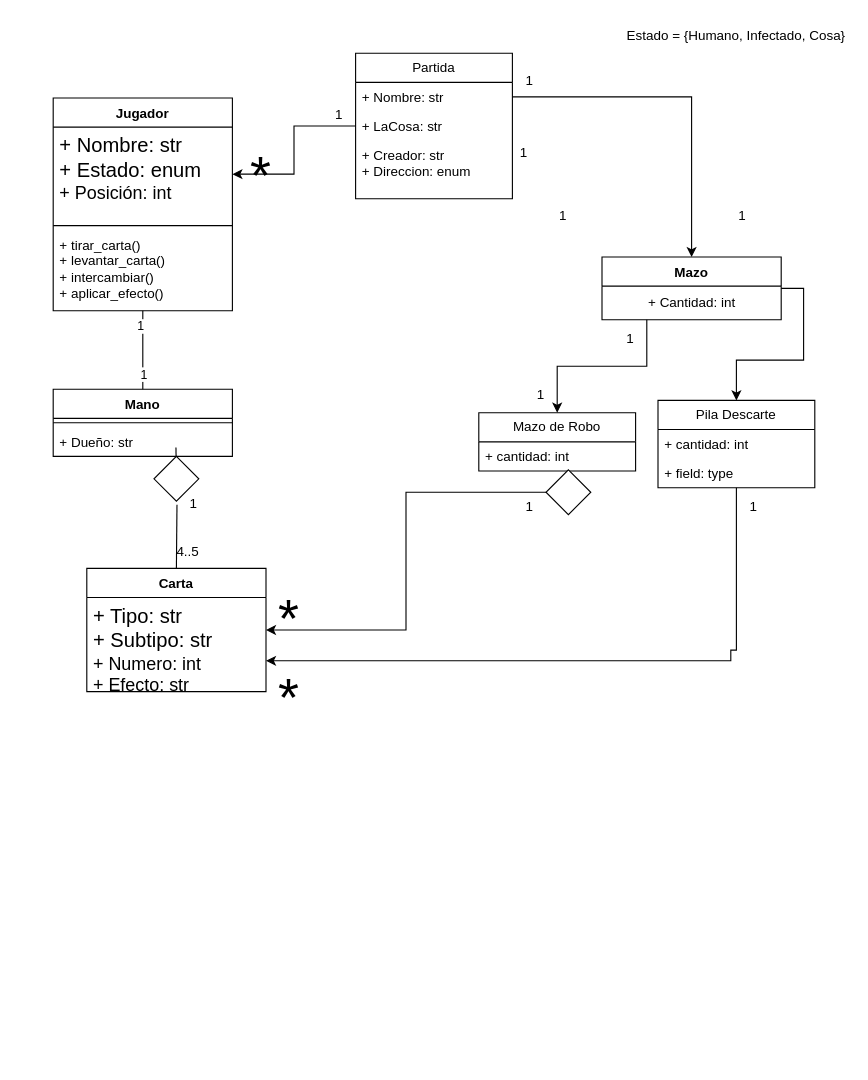
Before: take-home/diagrama_clases.drawio in irmrz/ingenieria-software-1, a draw.io diagram. Source tidied: cells renumbered, new cells numbered last; positions are measured from the earlier drawing's top-left corner, leaving out a move shared by most shapes. Both pictures are drawn from the tidied source at 112%, with x=0, y=0 at pixel (53, 19).
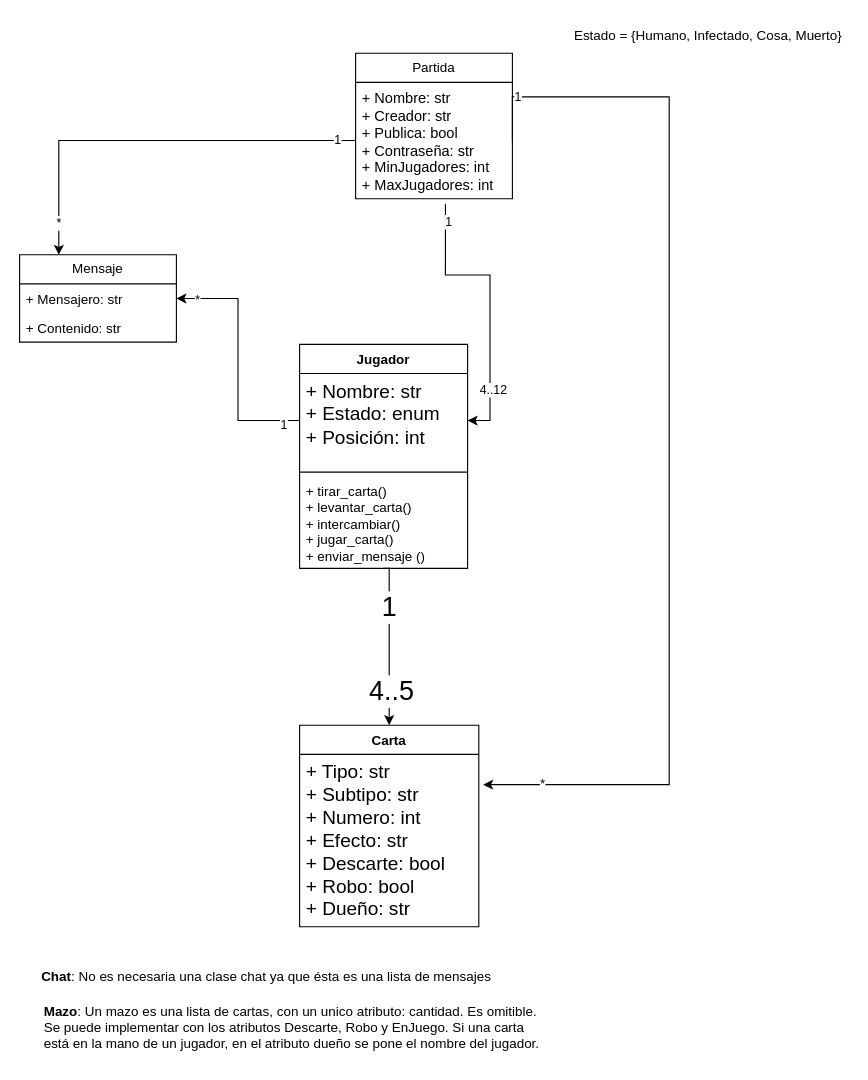
Above is the later version.

Unchanged cells that the change refers to:
```xml
<mxCell id="17" value="Partida" style="swimlane;fontStyle=0;horizontal=1;startSize=26;fillColor=none;whiteSpace=wrap;html=1;" parent="1" vertex="1">
  <mxGeometry x="270" y="30" width="140" height="130" as="geometry" />
</mxCell>
```

The edit, as a diff of the source:
```diff
@@
+    <mxCell id="50" style="edgeStyle=orthogonalEdgeStyle;rounded=0;jettySize=auto;html=1;exitX=0.5;exitY=1;exitDx=0;exitDy=0;entryX=0.5;entryY=0;entryDx=0;entryDy=0;" parent="1" edge="1" source="2" target="6">
+      <mxGeometry relative="1" as="geometry">
+        <Array as="points">
+          <mxPoint x="300" y="490" />
+        </Array>
+      </mxGeometry>
+    </mxCell>
+    <mxCell id="51" value="&lt;font style=&quot;font-size: 24px;&quot;&gt;1&lt;/font&gt;" style="edgeLabel;html=1;align=center;verticalAlign=middle;" parent="50" vertex="1">
+      <mxGeometry x="-0.79" y="-1" relative="1" as="geometry">
+        <mxPoint y="24" as="offset" />
+      </mxGeometry>
+    </mxCell>
+    <mxCell id="16" value="&lt;font style=&quot;font-size: 24px;&quot;&gt;4..5&lt;/font&gt;" style="edgeLabel;html=1;align=center;verticalAlign=middle;" parent="50" vertex="1">
+      <mxGeometry x="0.75" y="1" relative="1" as="geometry">
+        <mxPoint y="-13" as="offset" />
+      </mxGeometry>
+    </mxCell>
     <mxCell id="2" value="Jugador" style="swimlane;fontStyle=1;align=center;verticalAlign=top;horizontal=1;startSize=26;whiteSpace=wrap;html=1;" parent="1" vertex="1">
-      <mxGeometry y="70" width="160" height="190" as="geometry" />
+      <mxGeometry x="220" y="290" width="150" height="200" as="geometry" />
     </mxCell>
-    <mxCell id="3" value="&lt;div&gt;&lt;font style=&quot;font-size: 18px;&quot;&gt;+ Nombre: str&lt;br&gt;&lt;/font&gt;&lt;/div&gt;&lt;div&gt;&lt;font style=&quot;font-size: 18px;&quot;&gt;+ Estado: enum&lt;br&gt;&lt;/font&gt;&lt;/div&gt;&lt;div&gt;&lt;font size=&quot;3&quot;&gt;+ Posición: int&lt;br&gt;&lt;/font&gt;&lt;/div&gt;" style="text;strokeColor=none;fillColor=none;align=left;verticalAlign=top;spacingLeft=4;spacingRight=4;overflow=hidden;points=[[0,0.5],[1,0.5]];portConstraint=eastwest;whiteSpace=wrap;html=1;" parent="2" vertex="1">
-      <mxGeometry y="26" width="160" height="84" as="geometry" />
+    <mxCell id="3" value="&lt;div style=&quot;font-size: 17px;&quot;&gt;&lt;font style=&quot;font-size: 17px;&quot;&gt;+ Nombre: str&lt;br&gt;&lt;/font&gt;&lt;/div&gt;&lt;div style=&quot;font-size: 17px;&quot;&gt;&lt;font style=&quot;font-size: 17px;&quot;&gt;+ Estado: enum&lt;br&gt;&lt;/font&gt;&lt;/div&gt;&lt;div style=&quot;font-size: 17px;&quot;&gt;&lt;font style=&quot;font-size: 17px;&quot;&gt;+ Posición: int&lt;br&gt;&lt;/font&gt;&lt;/div&gt;" style="text;strokeColor=none;fillColor=none;align=left;verticalAlign=top;spacingLeft=4;spacingRight=4;overflow=hidden;points=[[0,0.5],[1,0.5]];portConstraint=eastwest;whiteSpace=wrap;html=1;" parent="2" vertex="1">
+      <mxGeometry y="26" width="150" height="84" as="geometry" />
     </mxCell>
     <mxCell id="4" style="line;strokeWidth=1;fillColor=none;align=left;verticalAlign=middle;spacingTop=-1;spacingLeft=3;spacingRight=3;labelPosition=right;strokeColor=inherit;" parent="2" vertex="1">
-      <mxGeometry y="110" width="160" height="8" as="geometry" />
+      <mxGeometry y="110" width="150" height="8" as="geometry" />
     </mxCell>
-    <mxCell id="5" value="&lt;div&gt;+ tirar_carta()&lt;/div&gt;&lt;div&gt;+ levantar_carta()&lt;br&gt;&lt;/div&gt;&lt;div&gt;+ intercambiar()&lt;br&gt;&lt;/div&gt;&lt;div&gt;+ aplicar_efecto()&lt;br&gt;&lt;/div&gt;" style="text;strokeColor=none;fillColor=none;align=left;verticalAlign=top;spacingLeft=4;spacingRight=4;overflow=hidden;whiteSpace=wrap;html=1;" parent="2" vertex="1">
-      <mxGeometry y="118" width="160" height="72" as="geometry" />
+    <mxCell id="5" value="&lt;div&gt;+ tirar_carta()&lt;/div&gt;&lt;div&gt;+ levantar_carta()&lt;br&gt;&lt;/div&gt;&lt;div&gt;+ intercambiar()&lt;br&gt;&lt;/div&gt;&lt;div&gt;+ jugar_carta()&lt;/div&gt;&lt;div&gt;+ enviar_mensaje ()&lt;br&gt;&lt;/div&gt;" style="text;strokeColor=none;fillColor=none;align=left;verticalAlign=top;spacingLeft=4;spacingRight=4;overflow=hidden;whiteSpace=wrap;html=1;" parent="2" vertex="1">
+      <mxGeometry y="118" width="150" height="82" as="geometry" />
     </mxCell>
     <mxCell id="6" value="Carta" style="swimlane;fontStyle=1;align=center;verticalAlign=top;horizontal=1;startSize=26;whiteSpace=wrap;html=1;" parent="1" vertex="1">
-      <mxGeometry x="30" y="490" width="160" height="110" as="geometry" />
+      <mxGeometry x="220" y="630" width="160" height="180" as="geometry" />
     </mxCell>
-    <mxCell id="7" value="&lt;div&gt;&lt;font style=&quot;font-size: 18px;&quot;&gt;+ Tipo: str&lt;/font&gt;&lt;/div&gt;&lt;div&gt;&lt;font style=&quot;font-size: 18px;&quot;&gt;+ Subtipo: str&lt;br&gt;&lt;/font&gt;&lt;/div&gt;&lt;div&gt;&lt;font size=&quot;3&quot;&gt;+ Numero: int&lt;br&gt;&lt;/font&gt;&lt;/div&gt;&lt;div&gt;&lt;font size=&quot;3&quot;&gt;+ Efecto: str&lt;br&gt;&lt;/font&gt;&lt;/div&gt;" style="text;strokeColor=none;fillColor=none;align=left;verticalAlign=top;spacingLeft=4;spacingRight=4;overflow=hidden;points=[[0,0.5],[1,0.5]];portConstraint=eastwest;whiteSpace=wrap;html=1;" parent="6" vertex="1">
-      <mxGeometry y="26" width="160" height="84" as="geometry" />
+    <mxCell id="7" value="&lt;div style=&quot;font-size: 17px;&quot;&gt;&lt;font style=&quot;font-size: 17px;&quot;&gt;+ Tipo: str&lt;/font&gt;&lt;/div&gt;&lt;div style=&quot;font-size: 17px;&quot;&gt;&lt;font style=&quot;font-size: 17px;&quot;&gt;+ Subtipo: str&lt;br&gt;&lt;/font&gt;&lt;/div&gt;&lt;div style=&quot;font-size: 17px;&quot;&gt;&lt;font style=&quot;font-size: 17px;&quot;&gt;+ Numero: int&lt;br&gt;&lt;/font&gt;&lt;/div&gt;&lt;div style=&quot;font-size: 17px;&quot;&gt;&lt;font style=&quot;font-size: 17px;&quot;&gt;+ Efecto: str&lt;br&gt;&lt;/font&gt;&lt;/div&gt;&lt;div style=&quot;font-size: 17px;&quot;&gt;&lt;font style=&quot;font-size: 17px;&quot;&gt;+ Descarte: bool&lt;/font&gt;&lt;/div&gt;&lt;div style=&quot;font-size: 17px;&quot;&gt;&lt;font style=&quot;font-size: 17px;&quot;&gt;+ Robo: bool&lt;br&gt;&lt;/font&gt;&lt;/div&gt;&lt;div style=&quot;font-size: 17px;&quot;&gt;&lt;font style=&quot;font-size: 17px;&quot;&gt;+ Dueño: str&lt;br&gt;&lt;/font&gt;&lt;/div&gt;" style="text;strokeColor=none;fillColor=none;align=left;verticalAlign=top;spacingLeft=4;spacingRight=4;overflow=hidden;points=[[0,0.5],[1,0.5]];portConstraint=eastwest;whiteSpace=wrap;html=1;" parent="6" vertex="1">
+      <mxGeometry y="26" width="160" height="154" as="geometry" />
     </mxCell>
-    <mxCell id="8" value="Mano" style="swimlane;fontStyle=1;align=center;verticalAlign=top;horizontal=1;startSize=26;whiteSpace=wrap;html=1;" parent="1" vertex="1">
-      <mxGeometry y="330" width="160" height="60" as="geometry" />
-    </mxCell>
-    <mxCell id="9" style="line;strokeWidth=1;fillColor=none;align=left;verticalAlign=middle;spacingTop=-1;spacingLeft=3;spacingRight=3;labelPosition=right;strokeColor=inherit;" parent="8" vertex="1">
-      <mxGeometry y="26" width="160" height="8" as="geometry" />
-    </mxCell>
-    <mxCell id="10" value="+ Dueño: str" style="text;strokeColor=none;fillColor=none;align=left;verticalAlign=top;spacingLeft=4;spacingRight=4;overflow=hidden;whiteSpace=wrap;html=1;" parent="8" vertex="1">
-      <mxGeometry y="34" width="160" height="26" as="geometry" />
-    </mxCell>
-    <mxCell id="11" style="endArrow=none;html=1;rounded=0;entryX=0.5;entryY=1;entryDx=0;entryDy=0;" parent="1" edge="1" source="8" target="2">
-      <mxGeometry relative="1" as="geometry" />
-    </mxCell>
-    <mxCell id="12" value="1" style="edgeLabel;html=1;align=center;verticalAlign=middle;" parent="11" vertex="1">
-      <mxGeometry x="0.63" y="3" relative="1" as="geometry" />
-    </mxCell>
-    <mxCell id="13" value="1" style="edgeLabel;html=1;align=center;verticalAlign=middle;" parent="11" vertex="1">
-      <mxGeometry x="-0.6" relative="1" as="geometry" />
-    </mxCell>
-    <mxCell id="14" style="endArrow=none;html=1;rounded=0;entryX=0.513;entryY=1.077;entryDx=0;entryDy=0;entryPerimeter=0;" parent="1" edge="1" source="49">
-      <mxGeometry relative="1" as="geometry">
-        <mxPoint x="109.6" y="382" as="targetPoint" />
-      </mxGeometry>
-    </mxCell>
-    <mxCell id="15" value="1" style="text;html=1;align=center;verticalAlign=middle;strokeColor=none;fillColor=none;" parent="1" vertex="1">
-      <mxGeometry x="110" y="418" width="30" height="30" as="geometry" />
-    </mxCell>
-    <mxCell id="16" value="4..5" style="text;html=1;align=center;verticalAlign=middle;strokeColor=none;fillColor=none;" parent="1" vertex="1">
-      <mxGeometry x="100" y="460" width="40" height="30" as="geometry" />
-    </mxCell>
@@
-    <mxCell id="18" value="&lt;div&gt;+ Nombre: str&lt;/div&gt;" style="text;strokeColor=none;fillColor=none;align=left;verticalAlign=top;spacingLeft=4;spacingRight=4;overflow=hidden;points=[[0,0.5],[1,0.5]];portConstraint=eastwest;whiteSpace=wrap;html=1;" parent="17" vertex="1">
-      <mxGeometry y="26" width="140" height="26" as="geometry" />
+    <mxCell id="18" value="&lt;div style=&quot;font-size: 13px;&quot;&gt;&lt;font style=&quot;font-size: 13px;&quot;&gt;+ Nombre: str&lt;/font&gt;&lt;/div&gt;&lt;div style=&quot;font-size: 13px;&quot;&gt;&lt;div style=&quot;font-size: 13px;&quot;&gt;&lt;font style=&quot;font-size: 13px;&quot;&gt;+ Creador: str&lt;/font&gt;&lt;/div&gt;&lt;div style=&quot;font-size: 13px;&quot;&gt;&lt;font style=&quot;font-size: 13px;&quot;&gt;+ Publica: bool&lt;/font&gt;&lt;/div&gt;&lt;div style=&quot;font-size: 13px;&quot;&gt;&lt;font style=&quot;font-size: 13px;&quot;&gt;+ Contraseña: str&lt;br&gt;&lt;/font&gt;&lt;/div&gt;&lt;div style=&quot;font-size: 13px;&quot;&gt;&lt;font style=&quot;font-size: 13px;&quot;&gt;+ MinJugadores: int&lt;/font&gt;&lt;/div&gt;&lt;div style=&quot;font-size: 13px;&quot;&gt;&lt;font style=&quot;font-size: 13px;&quot;&gt;+ MaxJugadores: int&lt;br&gt;&lt;/font&gt;&lt;/div&gt;&lt;/div&gt;" style="text;strokeColor=none;fillColor=none;align=left;verticalAlign=top;spacingLeft=4;spacingRight=4;overflow=hidden;points=[[0,0.5],[1,0.5]];portConstraint=eastwest;whiteSpace=wrap;html=1;" parent="17" vertex="1">
+      <mxGeometry y="26" width="140" height="104" as="geometry" />
     </mxCell>
-    <mxCell id="19" value="&lt;div&gt;+ LaCosa: str&lt;/div&gt;&lt;div&gt;&lt;br&gt;&lt;/div&gt;" style="text;strokeColor=none;fillColor=none;align=left;verticalAlign=top;spacingLeft=4;spacingRight=4;overflow=hidden;points=[[0,0.5],[1,0.5]];portConstraint=eastwest;whiteSpace=wrap;html=1;" parent="17" vertex="1">
-      <mxGeometry y="52" width="140" height="26" as="geometry" />
-    </mxCell>
-    <mxCell id="20" value="&lt;div&gt;+ Creador: str&lt;/div&gt;&lt;div&gt;+ Direccion: enum&lt;br&gt;&lt;/div&gt;" style="text;strokeColor=none;fillColor=none;align=left;verticalAlign=top;spacingLeft=4;spacingRight=4;overflow=hidden;whiteSpace=wrap;html=1;" parent="17" vertex="1">
-      <mxGeometry y="78" width="140" height="52" as="geometry" />
-    </mxCell>
-    <mxCell id="21" style="edgeStyle=orthogonalEdgeStyle;rounded=0;jettySize=auto;html=1;exitX=0;exitY=0.5;exitDx=0;exitDy=0;entryX=1;entryY=0.5;entryDx=0;entryDy=0;" parent="1" edge="1" source="19" target="3">
-      <mxGeometry relative="1" as="geometry" />
+    <mxCell id="21" style="edgeStyle=orthogonalEdgeStyle;rounded=0;jettySize=auto;html=1;exitX=0.573;exitY=1.043;exitDx=0;exitDy=0;entryX=1;entryY=0.5;entryDx=0;entryDy=0;exitPerimeter=0;" parent="1" edge="1" source="18" target="3">
+      <mxGeometry relative="1" as="geometry">
+        <Array as="points">
+          <mxPoint x="350" y="228" />
+          <mxPoint x="390" y="228" />
+          <mxPoint x="390" y="358" />
+        </Array>
+      </mxGeometry>
     </mxCell>
-    <mxCell id="22" value="1" style="text;html=1;align=center;verticalAlign=middle;strokeColor=none;fillColor=none;" parent="1" vertex="1">
-      <mxGeometry x="240" y="70" width="30" height="30" as="geometry" />
-    </mxCell>
-    <mxCell id="23" value="Mazo de Robo" style="swimlane;fontStyle=0;horizontal=1;startSize=26;fillColor=none;whiteSpace=wrap;html=1;" parent="1" vertex="1">
-      <mxGeometry x="380" y="351" width="140" height="52" as="geometry" />
-    </mxCell>
-    <mxCell id="24" value="+ cantidad: int" style="text;strokeColor=none;fillColor=none;align=left;verticalAlign=top;spacingLeft=4;spacingRight=4;overflow=hidden;whiteSpace=wrap;html=1;" parent="23" vertex="1">
-      <mxGeometry y="26" width="140" height="26" as="geometry" />
-    </mxCell>
+    <mxCell id="52" value="4..12" style="edgeLabel;html=1;align=center;verticalAlign=middle;" parent="21" vertex="1">
+      <mxGeometry x="0.63" y="2" relative="1" as="geometry" />
+    </mxCell>
+    <mxCell id="53" value="1" style="edgeLabel;html=1;align=center;verticalAlign=middle;" parent="21" vertex="1">
+      <mxGeometry x="-0.87" y="2" relative="1" as="geometry" />
+    </mxCell>
-    <mxCell id="25" value="Estado = {Humano, Infectado, Cosa}" style="text;html=1;strokeColor=none;fillColor=none;align=center;verticalAlign=middle;whiteSpace=wrap;rounded=0;" parent="1" vertex="1">
-      <mxGeometry x="510" width="200" height="30" as="geometry" />
+    <mxCell id="25" value="Estado = {Humano, Infectado, Cosa, Muerto}" style="text;html=1;strokeColor=none;fillColor=none;align=center;verticalAlign=middle;whiteSpace=wrap;rounded=0;" parent="1" vertex="1">
+      <mxGeometry x="460" width="250" height="30" as="geometry" />
     </mxCell>
-    <mxCell id="26" value="1" style="text;html=1;align=center;verticalAlign=middle;strokeColor=none;fillColor=none;" parent="1" vertex="1">
-      <mxGeometry x="405" y="104" width="30" height="30" as="geometry" />
-    </mxCell>
-    <mxCell id="27" value="1" style="text;html=1;align=center;verticalAlign=middle;strokeColor=none;fillColor=none;" parent="1" vertex="1">
-      <mxGeometry x="440" y="160" width="30" height="30" as="geometry" />
-    </mxCell>
-    <mxCell id="28" style="edgeStyle=orthogonalEdgeStyle;rounded=0;jettySize=auto;html=1;entryX=1;entryY=0.5;entryDx=0;entryDy=0;" parent="1" edge="1" source="29" target="6">
-      <mxGeometry relative="1" as="geometry" />
-    </mxCell>
-    <mxCell id="29" style="rhombus;whiteSpace=wrap;html=1;" parent="1" vertex="1">
-      <mxGeometry x="440" y="402" width="40" height="40" as="geometry" />
-    </mxCell>
-    <mxCell id="30" value="1" style="text;html=1;align=center;verticalAlign=middle;strokeColor=none;fillColor=none;" parent="1" vertex="1">
-      <mxGeometry x="410" y="420" width="30" height="30" as="geometry" />
-    </mxCell>
-    <mxCell id="31" value="&lt;font style=&quot;font-size: 48px;&quot;&gt;*&lt;/font&gt;" style="text;html=1;align=center;verticalAlign=middle;strokeColor=none;fillColor=none;" parent="1" vertex="1">
-      <mxGeometry x="190" y="500" width="40" height="70" as="geometry" />
-    </mxCell>
-    <mxCell id="32" value="&lt;font style=&quot;font-size: 48px;&quot;&gt;*&lt;/font&gt;" style="text;html=1;align=center;verticalAlign=middle;strokeColor=none;fillColor=none;" parent="1" vertex="1">
-      <mxGeometry x="165" y="104" width="40" height="70" as="geometry" />
-    </mxCell>
-    <mxCell id="33" style="edgeStyle=orthogonalEdgeStyle;rounded=0;jettySize=auto;html=1;entryX=1;entryY=0.75;entryDx=0;entryDy=0;exitX=0.5;exitY=1;exitDx=0;exitDy=0;" parent="1" edge="1" source="45" target="6">
-      <mxGeometry relative="1" as="geometry">
-        <Array as="points">
-          <mxPoint x="610" y="563" />
-          <mxPoint x="605" y="563" />
-        </Array>
-      </mxGeometry>
-    </mxCell>
-    <mxCell id="34" value="1" style="text;html=1;align=center;verticalAlign=middle;strokeColor=none;fillColor=none;" parent="1" vertex="1">
-      <mxGeometry x="410" y="40" width="30" height="30" as="geometry" />
-    </mxCell>
-    <mxCell id="35" value="&lt;font style=&quot;font-size: 48px;&quot;&gt;*&lt;/font&gt;" style="text;html=1;align=center;verticalAlign=middle;strokeColor=none;fillColor=none;" parent="1" vertex="1">
-      <mxGeometry x="190" y="570" width="40" height="70" as="geometry" />
-    </mxCell>
-    <mxCell id="36" value="1" style="text;html=1;align=center;verticalAlign=middle;strokeColor=none;fillColor=none;" parent="1" vertex="1">
-      <mxGeometry x="600" y="160" width="30" height="30" as="geometry" />
-    </mxCell>
-    <mxCell id="37" value="1" style="text;html=1;align=center;verticalAlign=middle;strokeColor=none;fillColor=none;" parent="1" vertex="1">
-      <mxGeometry x="610" y="420" width="30" height="30" as="geometry" />
-    </mxCell>
-    <mxCell id="38" style="edgeStyle=orthogonalEdgeStyle;rounded=0;jettySize=auto;html=1;exitX=1;exitY=0.5;exitDx=0;exitDy=0;entryX=0.5;entryY=0;entryDx=0;entryDy=0;" parent="1" edge="1" source="41" target="45">
-      <mxGeometry relative="1" as="geometry" />
-    </mxCell>
-    <mxCell id="39" style="edgeStyle=orthogonalEdgeStyle;rounded=0;jettySize=auto;html=1;exitX=1;exitY=0.5;exitDx=0;exitDy=0;entryX=0.5;entryY=0;entryDx=0;entryDy=0;" parent="1" edge="1" source="18" target="41">
-      <mxGeometry relative="1" as="geometry" />
-    </mxCell>
-    <mxCell id="40" style="edgeStyle=orthogonalEdgeStyle;rounded=0;jettySize=auto;html=1;exitX=0.25;exitY=1;exitDx=0;exitDy=0;entryX=0.5;entryY=0;entryDx=0;entryDy=0;" parent="1" edge="1" source="41" target="23">
-      <mxGeometry relative="1" as="geometry" />
-    </mxCell>
-    <mxCell id="41" value="Mazo" style="swimlane;fontStyle=1;align=center;verticalAlign=top;horizontal=1;startSize=26;whiteSpace=wrap;html=1;" parent="1" vertex="1">
-      <mxGeometry x="490" y="212" width="160" height="56" as="geometry" />
-    </mxCell>
-    <mxCell id="42" value="+ Cantidad: int" style="text;html=1;align=center;verticalAlign=middle;strokeColor=none;fillColor=none;" parent="41" vertex="1">
-      <mxGeometry y="26" width="160" height="30" as="geometry" />
-    </mxCell>
-    <mxCell id="43" value="1" style="text;html=1;align=center;verticalAlign=middle;strokeColor=none;fillColor=none;" parent="1" vertex="1">
-      <mxGeometry x="500" y="270" width="30" height="30" as="geometry" />
-    </mxCell>
-    <mxCell id="44" value="1" style="text;html=1;align=center;verticalAlign=middle;strokeColor=none;fillColor=none;" parent="1" vertex="1">
-      <mxGeometry x="420" y="320" width="30" height="30" as="geometry" />
-    </mxCell>
-    <mxCell id="45" value="Pila Descarte" style="swimlane;fontStyle=0;horizontal=1;startSize=26;fillColor=none;whiteSpace=wrap;html=1;" parent="1" vertex="1">
-      <mxGeometry x="540" y="340" width="140" height="78" as="geometry" />
-    </mxCell>
-    <mxCell id="46" value="+ cantidad: int" style="text;strokeColor=none;fillColor=none;align=left;verticalAlign=top;spacingLeft=4;spacingRight=4;overflow=hidden;whiteSpace=wrap;html=1;" parent="45" vertex="1">
-      <mxGeometry y="26" width="140" height="26" as="geometry" />
-    </mxCell>
-    <mxCell id="47" value="+ field: type" style="text;strokeColor=none;fillColor=none;align=left;verticalAlign=top;spacingLeft=4;spacingRight=4;overflow=hidden;whiteSpace=wrap;html=1;" parent="45" vertex="1">
-      <mxGeometry y="52" width="140" height="26" as="geometry" />
-    </mxCell>
-    <mxCell id="48" style="endArrow=none;html=1;rounded=0;entryX=0.513;entryY=1.077;entryDx=0;entryDy=0;entryPerimeter=0;exitX=0.5;exitY=0;exitDx=0;exitDy=0;" parent="1" edge="1" source="6" target="49">
-      <mxGeometry relative="1" as="geometry" />
-    </mxCell>
-    <mxCell id="49" style="rhombus;whiteSpace=wrap;html=1;" parent="1" vertex="1">
-      <mxGeometry x="90" y="390" width="40" height="40" as="geometry" />
-    </mxCell>
+    <mxCell id="54" value="Mensaje" style="swimlane;fontStyle=0;horizontal=1;startSize=26;fillColor=none;whiteSpace=wrap;html=1;" parent="1" vertex="1">
+      <mxGeometry x="-30" y="210" width="140" height="78" as="geometry" />
+    </mxCell>
+    <mxCell id="55" value="+ Mensajero: str" style="text;strokeColor=none;fillColor=none;align=left;verticalAlign=top;spacingLeft=4;spacingRight=4;overflow=hidden;points=[[0,0.5],[1,0.5]];portConstraint=eastwest;whiteSpace=wrap;html=1;" parent="54" vertex="1">
+      <mxGeometry y="26" width="140" height="26" as="geometry" />
+    </mxCell>
+    <mxCell id="56" value="+ Contenido: str" style="text;strokeColor=none;fillColor=none;align=left;verticalAlign=top;spacingLeft=4;spacingRight=4;overflow=hidden;whiteSpace=wrap;html=1;" parent="54" vertex="1">
+      <mxGeometry y="52" width="140" height="26" as="geometry" />
+    </mxCell>
+    <mxCell id="57" style="edgeStyle=orthogonalEdgeStyle;rounded=0;jettySize=auto;html=1;exitX=0;exitY=0.5;exitDx=0;exitDy=0;entryX=0.25;entryY=0;entryDx=0;entryDy=0;" parent="1" edge="1" source="18" target="54">
+      <mxGeometry relative="1" as="geometry" />
+    </mxCell>
+    <mxCell id="58" value="1" style="edgeLabel;html=1;align=center;verticalAlign=middle;" parent="57" vertex="1">
+      <mxGeometry x="-0.91" y="-1" relative="1" as="geometry" />
+    </mxCell>
+    <mxCell id="59" value="*" style="edgeLabel;html=1;align=center;verticalAlign=middle;" parent="57" vertex="1">
+      <mxGeometry x="0.84" y="-1" relative="1" as="geometry" />
+    </mxCell>
+    <mxCell id="60" style="edgeStyle=orthogonalEdgeStyle;rounded=0;jettySize=auto;html=1;exitX=0;exitY=0.5;exitDx=0;exitDy=0;entryX=1;entryY=0.5;entryDx=0;entryDy=0;" parent="1" edge="1" source="3" target="55">
+      <mxGeometry relative="1" as="geometry" />
+    </mxCell>
+    <mxCell id="61" value="1" style="edgeLabel;html=1;align=center;verticalAlign=middle;" parent="60" vertex="1">
+      <mxGeometry x="-0.86" y="3" relative="1" as="geometry" />
+    </mxCell>
+    <mxCell id="62" value="*" style="edgeLabel;html=1;align=center;verticalAlign=middle;" parent="60" vertex="1">
+      <mxGeometry x="0.84" relative="1" as="geometry" />
+    </mxCell>
+    <mxCell id="63" style="edgeStyle=orthogonalEdgeStyle;rounded=0;jettySize=auto;html=1;exitX=1;exitY=0.5;exitDx=0;exitDy=0;entryX=1.024;entryY=0.176;entryDx=0;entryDy=0;entryPerimeter=0;" parent="1" edge="1" source="18" target="7">
+      <mxGeometry relative="1" as="geometry">
+        <Array as="points">
+          <mxPoint x="550" y="69" />
+          <mxPoint x="550" y="683" />
+        </Array>
+      </mxGeometry>
+    </mxCell>
+    <mxCell id="64" value="1" style="edgeLabel;html=1;align=center;verticalAlign=middle;" parent="63" vertex="1">
+      <mxGeometry x="-0.91" y="1" relative="1" as="geometry" />
+    </mxCell>
+    <mxCell id="65" value="*" style="edgeLabel;html=1;align=center;verticalAlign=middle;" parent="63" vertex="1">
+      <mxGeometry x="0.89" y="-1" relative="1" as="geometry" />
+    </mxCell>
+    <mxCell id="66" value="&lt;b&gt;Chat&lt;/b&gt;: No es necesaria una clase chat ya que ésta es una lista de mensajes" style="text;html=1;align=center;verticalAlign=middle;strokeColor=none;fillColor=none;" parent="1" vertex="1">
+      <mxGeometry x="-20" y="840" width="420" height="30" as="geometry" />
+    </mxCell>
+    <mxCell id="67" value="&lt;div align=&quot;left&quot;&gt;&lt;b&gt;Mazo&lt;/b&gt;: Un mazo es una lista de cartas, con un unico atributo: cantidad. Es omitible. &lt;br&gt;&lt;/div&gt;&lt;div align=&quot;left&quot;&gt;Se puede implementar con los atributos Descarte, Robo y EnJuego. Si una carta&lt;/div&gt;&lt;div align=&quot;left&quot;&gt;está en la mano de un jugador, en el atributo dueño se pone el nombre del jugador.&lt;br&gt;&lt;/div&gt;" style="text;html=1;align=left;verticalAlign=middle;strokeColor=none;fillColor=none;" parent="1" vertex="1">
+      <mxGeometry x="-10" y="870" width="460" height="60" as="geometry" />
+    </mxCell>
```
